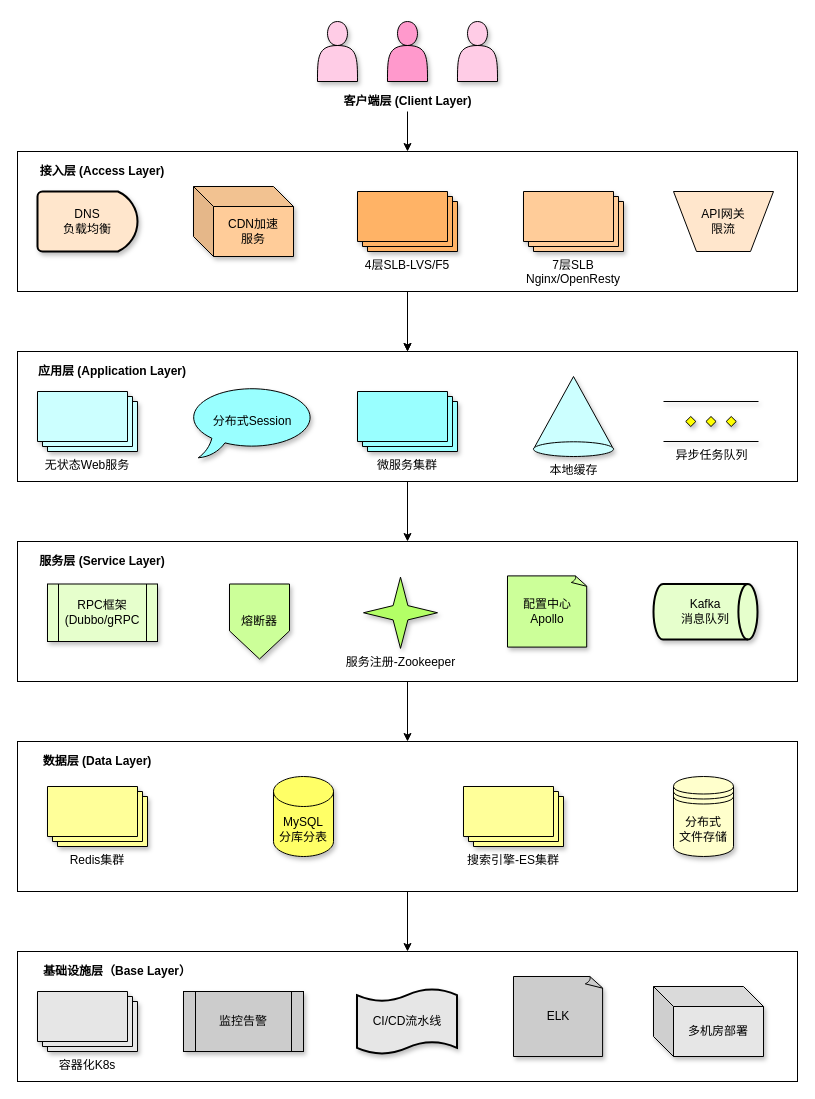
Before: achitecture_diagram/百万QPS分布式架构分层设计.drawio in abigalexy/online_drawing, a draw.io diagram. Source tidied: cells renumbered, new cells numbered last; positions are measured from the earlier drawing's top-left corner, leaving out a move shared by most shapes. Both pictures are drawn from the tidied source at 100%, with x=0, y=0 at pixel (17, 21).
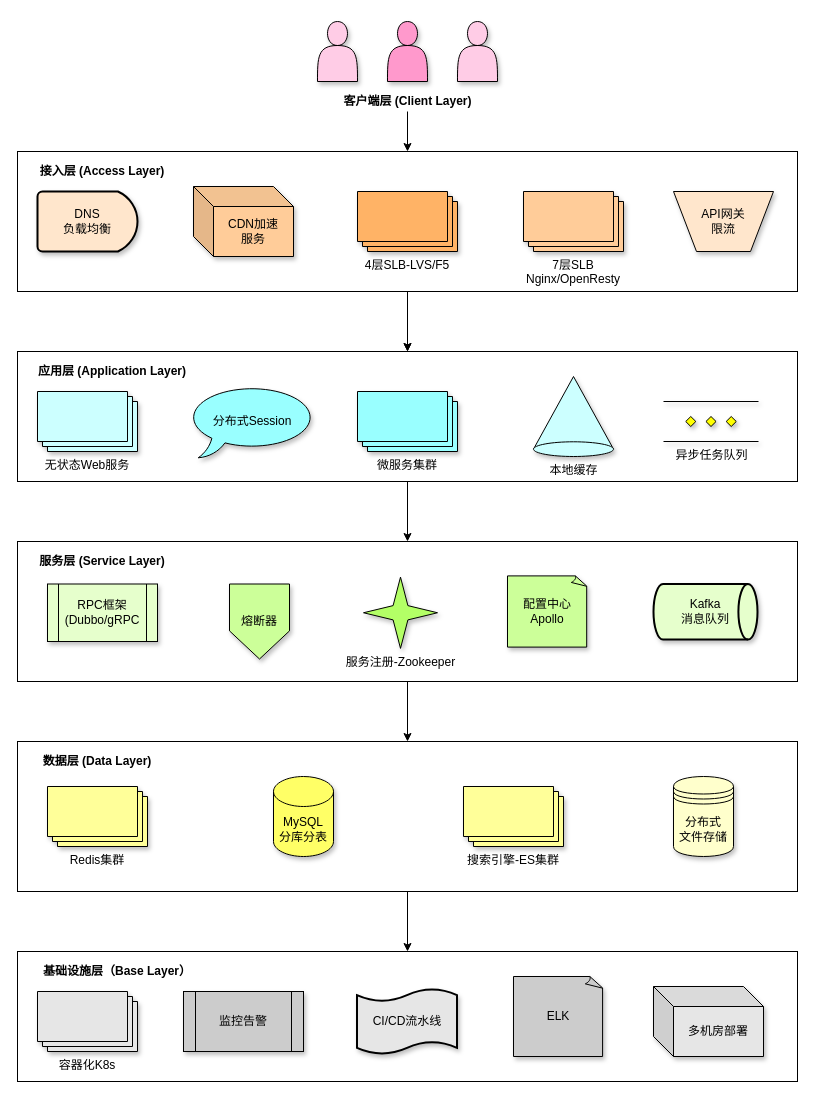
The same page after the edit.

Commit message:
更新百万QPS分布式架构分层设计.drawio

Diff of the diagram source:
```diff
@@
-    <mxCell id="49" value="API网关&lt;br&gt;限流" style="verticalLabelPosition=middle;verticalAlign=middle;html=1;shape=trapezoid;perimeter=trapezoidPerimeter;whiteSpace=wrap;size=0.23;arcSize=10;flipV=1;labelPosition=center;align=center;fillColor=#FFE6CC;" parent="1" vertex="1">
+    <mxCell id="49" value="API网关&lt;br&gt;限流" style="verticalLabelPosition=middle;verticalAlign=middle;html=1;shape=trapezoid;perimeter=trapezoidPerimeter;whiteSpace=wrap;size=0.23;arcSize=10;flipV=1;labelPosition=center;align=center;fillColor=#FFE6CC;shadow=1;" parent="1" vertex="1">
       <mxGeometry x="656" y="170" width="100" height="60" as="geometry" />
     </mxCell>
```
